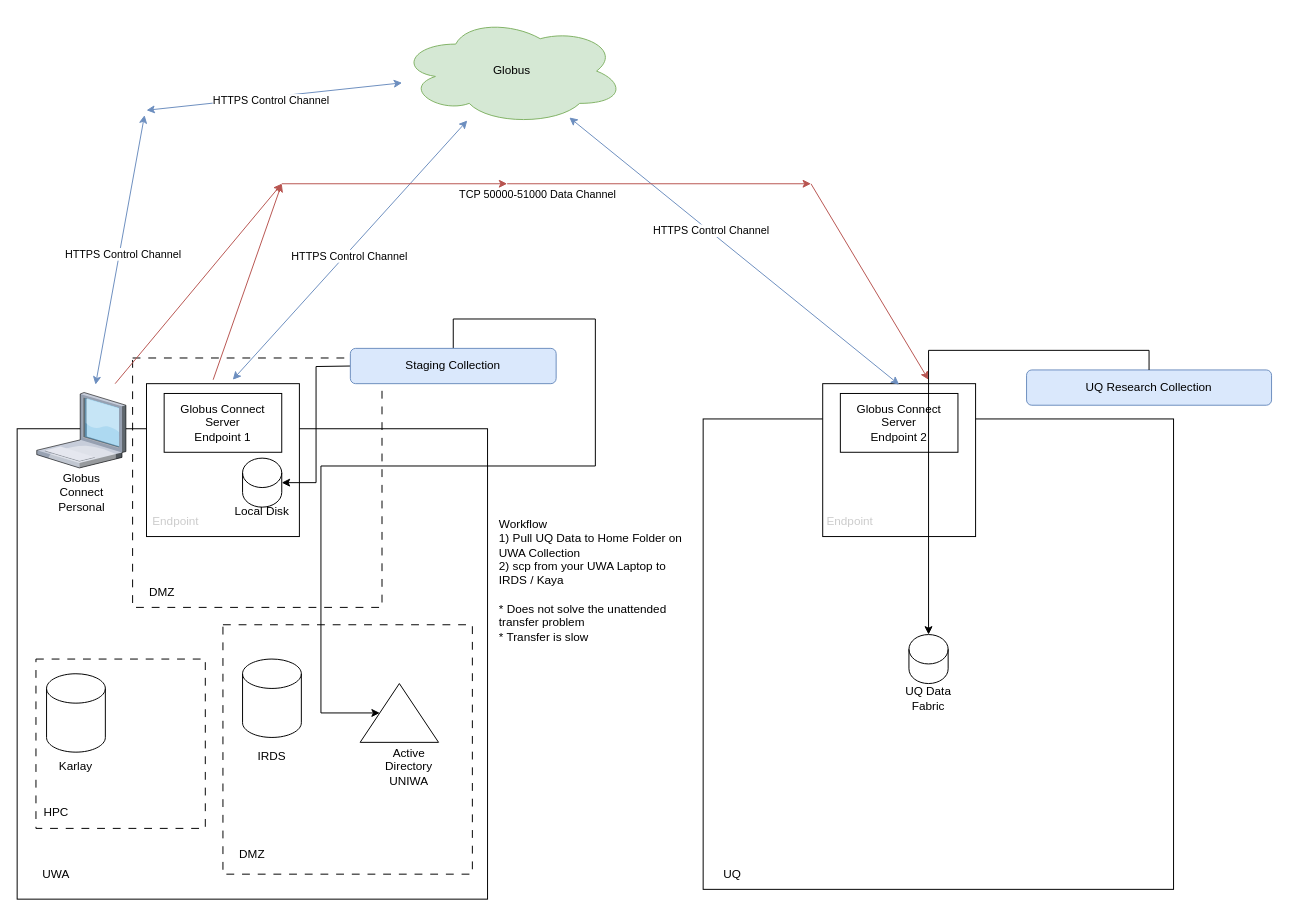
The draw.io diagram page "Page-2" (2 of 2) of Globus/Globus PoC.drawio in choicedraught/diagrams, before the edit. Source tidied: cells renumbered, new cells numbered last; positions are measured from the earlier drawing's top-left corner, leaving out a move shared by most shapes. Both pictures are drawn from the tidied source at 98%, with x=0, y=0 at pixel (17, 17).
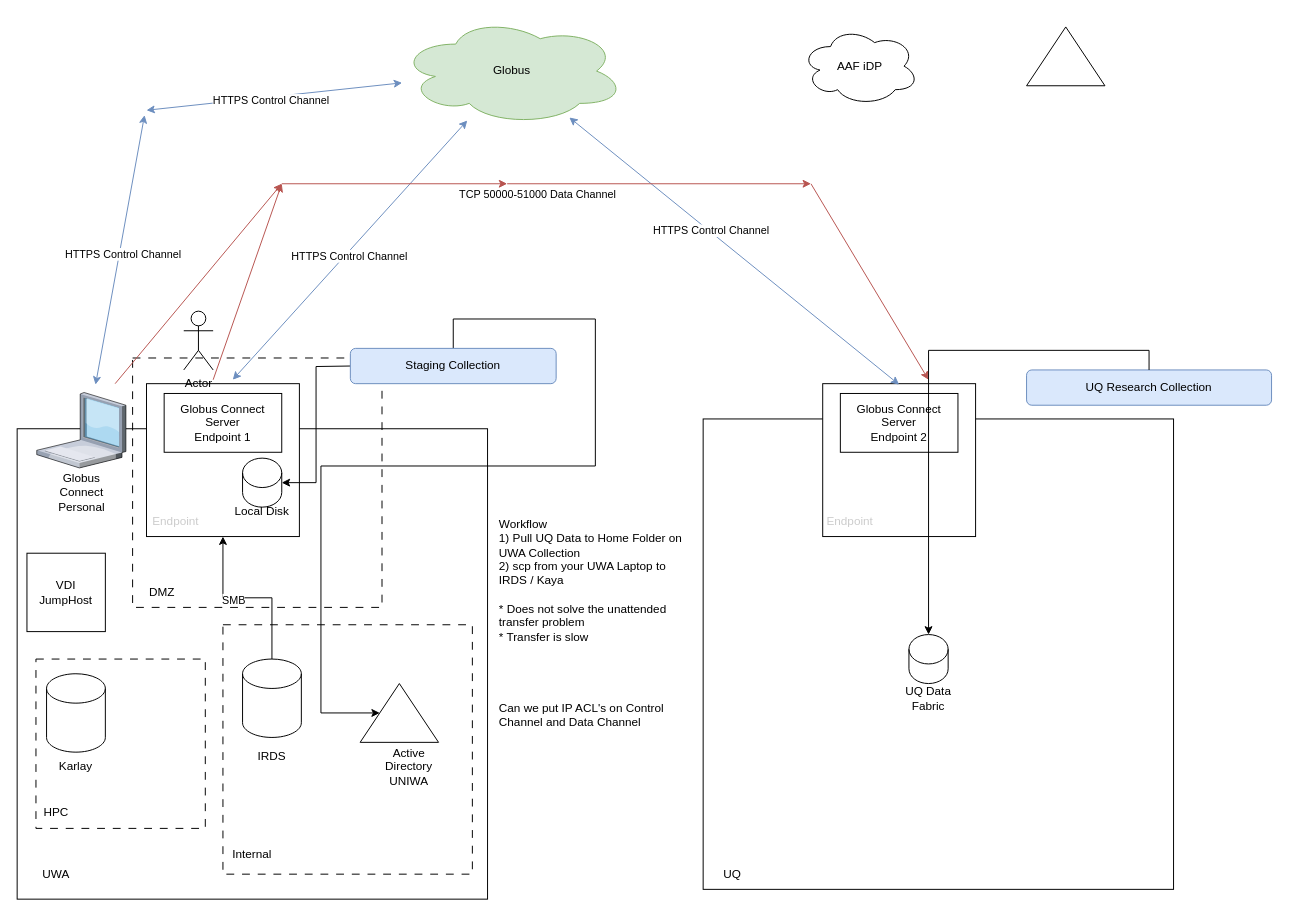
The same diagram, later.

The change refers to these unchanged cells:
```xml
<mxCell id="8" style="whiteSpace=wrap;html=1;" parent="1" vertex="1">
  <mxGeometry x="132" y="374" width="156" height="156" as="geometry" />
</mxCell>
<mxCell id="19" style="shape=cylinder3;whiteSpace=wrap;html=1;boundedLbl=1;backgroundOutline=1;size=15;" parent="1" vertex="1">
  <mxGeometry x="230" y="655" width="60" height="80" as="geometry" />
</mxCell>
```

Change to the diagram source:
```diff
@@
+    <mxCell id="51" style="edgeStyle=orthogonalEdgeStyle;rounded=0;jettySize=auto;html=1;entryX=0.5;entryY=1;entryDx=0;entryDy=0;" parent="1" edge="1" source="19" target="8">
+      <mxGeometry relative="1" as="geometry" />
+    </mxCell>
+    <mxCell id="52" value="SMB" style="edgeLabel;html=1;align=center;verticalAlign=middle;" parent="51" vertex="1">
+      <mxGeometry x="0.18" y="2" relative="1" as="geometry">
+        <mxPoint x="1" as="offset" />
+      </mxGeometry>
+    </mxCell>
@@
-    <mxCell id="46" value="DMZ" style="text;strokeColor=none;align=center;fillColor=none;html=1;verticalAlign=middle;whiteSpace=wrap;rounded=0;" parent="1" vertex="1">
+    <mxCell id="46" value="Internal" style="text;strokeColor=none;align=center;fillColor=none;html=1;verticalAlign=middle;whiteSpace=wrap;rounded=0;" parent="1" vertex="1">
       <mxGeometry x="210" y="840" width="60" height="30" as="geometry" />
     </mxCell>
@@
+    <mxCell id="53" value="Can we put IP ACL's on Control Channel and Data Channel&lt;div&gt;&lt;br&gt;&lt;/div&gt;" style="text;strokeColor=none;align=left;fillColor=none;html=1;verticalAlign=middle;whiteSpace=wrap;rounded=0;" parent="1" vertex="1">
+      <mxGeometry x="490" y="655" width="200" height="130" as="geometry" />
+    </mxCell>
+    <mxCell id="54" value="VDI&lt;div&gt;JumpHost&lt;/div&gt;" style="whiteSpace=wrap;html=1;" parent="1" vertex="1">
+      <mxGeometry x="10" y="547" width="80" height="80" as="geometry" />
+    </mxCell>
+    <mxCell id="55" value="Actor" style="shape=umlActor;verticalLabelPosition=bottom;verticalAlign=top;html=1;" parent="1" vertex="1">
+      <mxGeometry x="170" y="300" width="30" height="60" as="geometry" />
+    </mxCell>
+    <mxCell id="56" value="AAF iDP" style="ellipse;shape=cloud;whiteSpace=wrap;html=1;" parent="1" vertex="1">
+      <mxGeometry x="800" y="10" width="120" height="80" as="geometry" />
+    </mxCell>
+    <mxCell id="57" style="triangle;whiteSpace=wrap;html=1;rotation=-90;" parent="1" vertex="1">
+      <mxGeometry x="1040" width="60" height="80" as="geometry" />
+    </mxCell>
```
